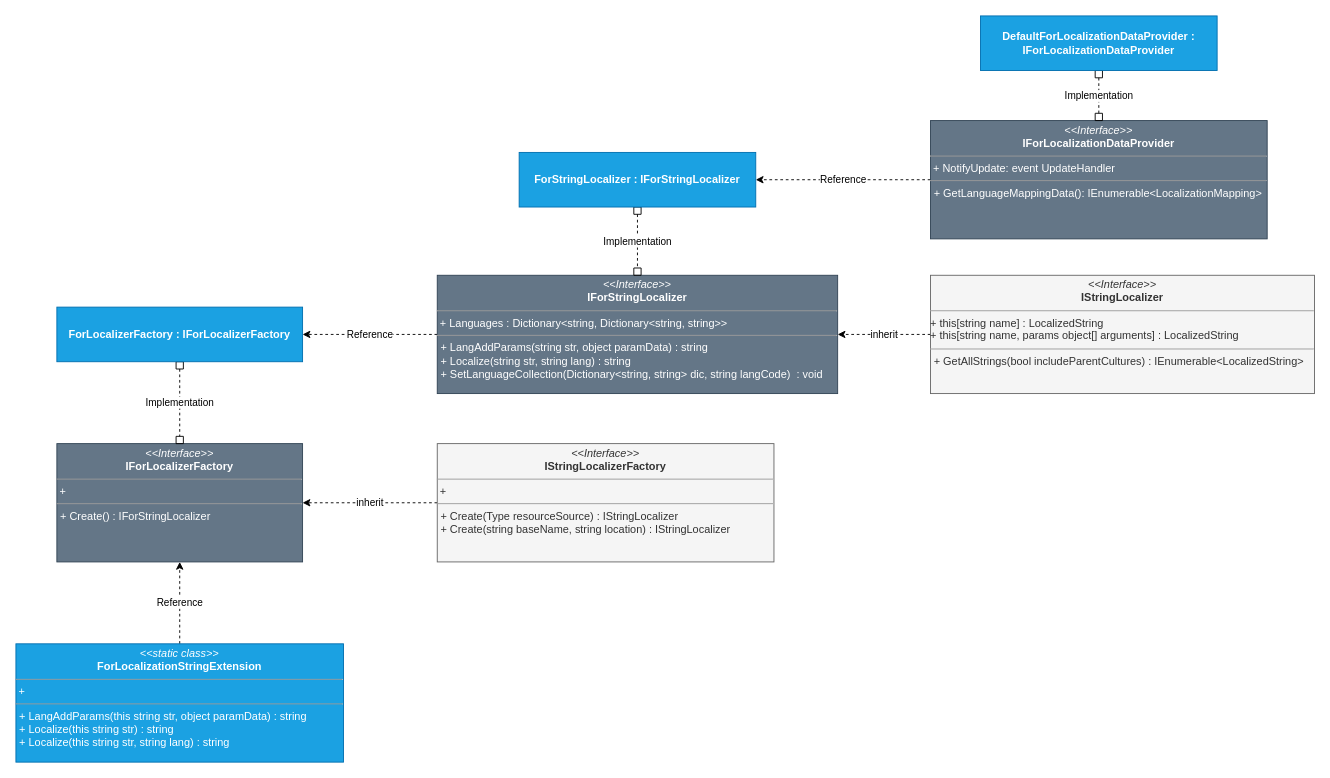
Ricky0708/iCat.Libraries keeps this draw.io diagram as iCat.Localization/diagram/iCat.Localization.drawio. Above is the earlier version. Source tidied: cells renumbered, new cells numbered last; positions are measured from the earlier drawing's top-left corner, leaving out a move shared by most shapes. Both pictures are drawn from the tidied source at 91%, with x=0, y=0 at pixel (15, 15).
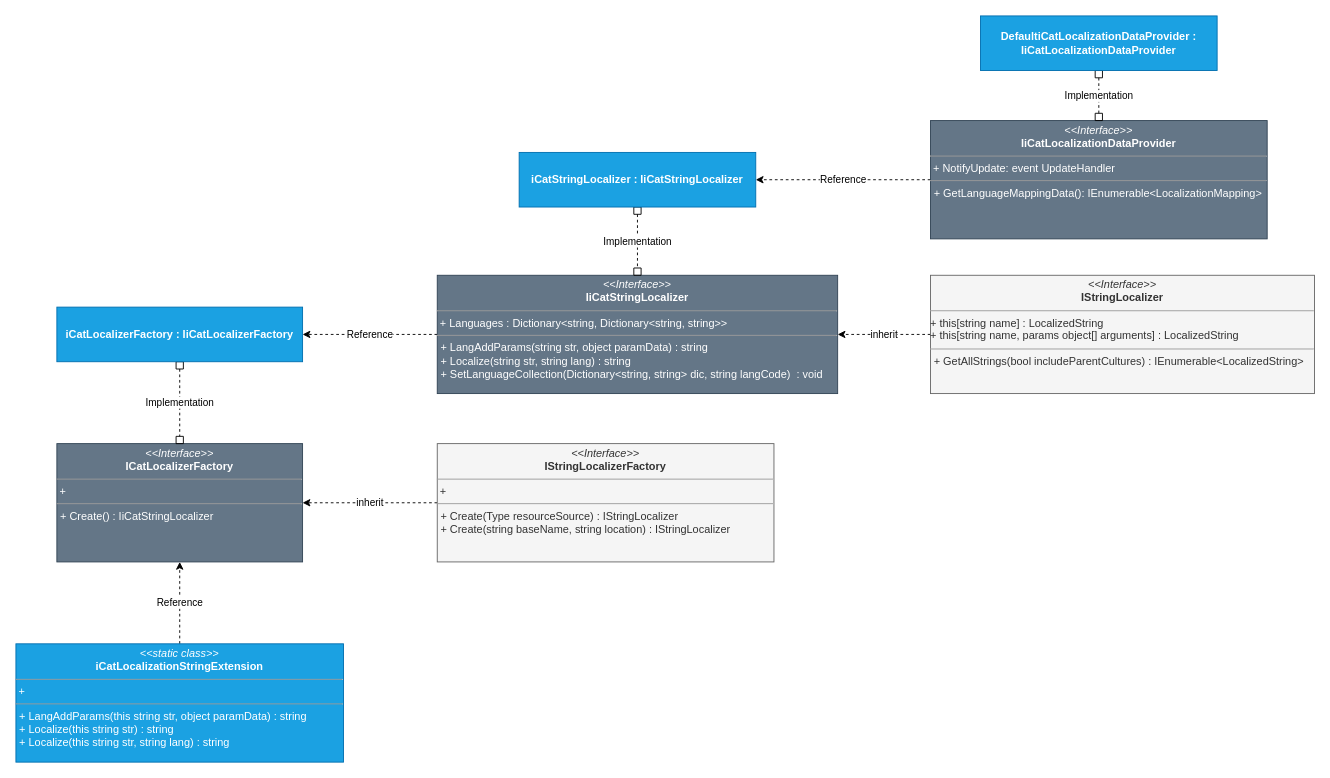
After the change.

What changed in the source:
```diff
@@
 <mxGraphModel>
   <root>
     <mxCell id="0" />
     <mxCell id="1" parent="0" />
-    <mxCell id="2" value="&lt;p style=&quot;margin:0px;margin-top:4px;text-align:center;&quot;&gt;&lt;i&gt;&amp;lt;&amp;lt;Interface&amp;gt;&amp;gt;&lt;/i&gt;&lt;br&gt;&lt;b&gt;IForLocalizerFactory&lt;/b&gt;&lt;br&gt;&lt;/p&gt;&lt;hr size=&quot;1&quot;&gt;&lt;p style=&quot;margin:0px;margin-left:4px;&quot;&gt;&lt;/p&gt;&amp;nbsp;+&amp;nbsp;&lt;hr size=&quot;1&quot;&gt;&lt;p style=&quot;margin:0px;margin-left:4px;&quot;&gt;+&amp;nbsp;Create() : IForStringLocalizer&lt;/p&gt;" style="verticalAlign=top;align=left;overflow=fill;fontSize=12;fontFamily=Helvetica;html=1;fillColor=#647687;strokeColor=#314354;fontColor=#ffffff;" parent="1" vertex="1">
+    <mxCell id="2" value="&lt;p style=&quot;margin:0px;margin-top:4px;text-align:center;&quot;&gt;&lt;i&gt;&amp;lt;&amp;lt;Interface&amp;gt;&amp;gt;&lt;/i&gt;&lt;br&gt;&lt;b&gt;ICatLocalizerFactory&lt;/b&gt;&lt;br&gt;&lt;/p&gt;&lt;hr size=&quot;1&quot;&gt;&lt;p style=&quot;margin:0px;margin-left:4px;&quot;&gt;&lt;/p&gt;&amp;nbsp;+&amp;nbsp;&lt;hr size=&quot;1&quot;&gt;&lt;p style=&quot;margin:0px;margin-left:4px;&quot;&gt;+&amp;nbsp;Create() : IiCatStringLocalizer&lt;/p&gt;" style="verticalAlign=top;align=left;overflow=fill;fontSize=12;fontFamily=Helvetica;html=1;fillColor=#647687;strokeColor=#314354;fontColor=#ffffff;" parent="1" vertex="1">
       <mxGeometry x="45" y="470" width="270" height="130" as="geometry" />
     </mxCell>
     <mxCell id="3" value="inherit" style="edgeStyle=none;html=1;entryX=1;entryY=0.5;entryDx=0;entryDy=0;dashed=1;" parent="1" edge="1" source="4" target="2">
       <mxGeometry relative="1" as="geometry" />
     </mxCell>
     <mxCell id="4" value="&lt;p style=&quot;margin:0px;margin-top:4px;text-align:center;&quot;&gt;&lt;i&gt;&amp;lt;&amp;lt;Interface&amp;gt;&amp;gt;&lt;/i&gt;&lt;br&gt;&lt;b&gt;IStringLocalizerFactory&lt;/b&gt;&lt;br&gt;&lt;/p&gt;&lt;hr size=&quot;1&quot;&gt;&lt;p style=&quot;margin:0px;margin-left:4px;&quot;&gt;&lt;/p&gt;&amp;nbsp;+&amp;nbsp;&lt;hr size=&quot;1&quot;&gt;&lt;p style=&quot;margin:0px;margin-left:4px;&quot;&gt;+&amp;nbsp;Create(Type resourceSource) :&amp;nbsp;IStringLocalizer&lt;/p&gt;&lt;p style=&quot;margin:0px;margin-left:4px;&quot;&gt;+&amp;nbsp;Create(string baseName, string location) :&amp;nbsp;IStringLocalizer&lt;/p&gt;" style="verticalAlign=top;align=left;overflow=fill;fontSize=12;fontFamily=Helvetica;html=1;fillColor=#f5f5f5;strokeColor=#666666;fontColor=#333333;" parent="1" vertex="1">
       <mxGeometry x="463" y="470" width="370" height="130" as="geometry" />
     </mxCell>
     <mxCell id="5" value="Reference" style="edgeStyle=none;html=1;entryX=1;entryY=0.5;entryDx=0;entryDy=0;dashed=1;startArrow=none;startFill=0;endArrow=classic;endFill=1;" parent="1" edge="1" source="6" target="16">
       <mxGeometry relative="1" as="geometry" />
     </mxCell>
-    <mxCell id="6" value="&lt;p style=&quot;margin:0px;margin-top:4px;text-align:center;&quot;&gt;&lt;i&gt;&amp;lt;&amp;lt;Interface&amp;gt;&amp;gt;&lt;/i&gt;&lt;br&gt;&lt;b&gt;IForLocalizationDataProvider&lt;/b&gt;&lt;br&gt;&lt;/p&gt;&lt;hr size=&quot;1&quot;&gt;&lt;p style=&quot;margin:0px;margin-left:4px;&quot;&gt;&lt;/p&gt;&amp;nbsp;+&amp;nbsp;NotifyUpdate: event UpdateHandler&lt;hr size=&quot;1&quot;&gt;&lt;p style=&quot;margin:0px;margin-left:4px;&quot;&gt;+&amp;nbsp;GetLanguageMappingData():&amp;nbsp;IEnumerable&amp;lt;LocalizationMapping&amp;gt;&lt;/p&gt;" style="verticalAlign=top;align=left;overflow=fill;fontSize=12;fontFamily=Helvetica;html=1;fillColor=#647687;strokeColor=#314354;fontColor=#ffffff;" parent="1" vertex="1">
+    <mxCell id="6" value="&lt;p style=&quot;margin:0px;margin-top:4px;text-align:center;&quot;&gt;&lt;i&gt;&amp;lt;&amp;lt;Interface&amp;gt;&amp;gt;&lt;/i&gt;&lt;br&gt;&lt;b&gt;IiCatLocalizationDataProvider&lt;/b&gt;&lt;br&gt;&lt;/p&gt;&lt;hr size=&quot;1&quot;&gt;&lt;p style=&quot;margin:0px;margin-left:4px;&quot;&gt;&lt;/p&gt;&amp;nbsp;+&amp;nbsp;NotifyUpdate: event UpdateHandler&lt;hr size=&quot;1&quot;&gt;&lt;p style=&quot;margin:0px;margin-left:4px;&quot;&gt;+&amp;nbsp;GetLanguageMappingData():&amp;nbsp;IEnumerable&amp;lt;LocalizationMapping&amp;gt;&lt;/p&gt;" style="verticalAlign=top;align=left;overflow=fill;fontSize=12;fontFamily=Helvetica;html=1;fillColor=#647687;strokeColor=#314354;fontColor=#ffffff;" parent="1" vertex="1">
       <mxGeometry x="1005" y="115" width="370" height="130" as="geometry" />
     </mxCell>
     <mxCell id="7" value="Implementation" style="edgeStyle=none;html=1;entryX=0.5;entryY=0;entryDx=0;entryDy=0;dashed=1;exitX=0.5;exitY=1;exitDx=0;exitDy=0;endArrow=box;endFill=0;startArrow=box;startFill=0;" parent="1" edge="1" source="9" target="2">
       <mxGeometry relative="1" as="geometry" />
     </mxCell>
     <mxCell id="8" value="Implementation" style="edgeStyle=none;html=1;entryX=0.5;entryY=0;entryDx=0;entryDy=0;dashed=1;exitX=0.5;exitY=1;exitDx=0;exitDy=0;startArrow=box;startFill=0;endArrow=box;endFill=0;" parent="1" edge="1" source="10" target="6">
       <mxGeometry relative="1" as="geometry" />
     </mxCell>
-    <mxCell id="9" value="&lt;span style=&quot;color: rgb(255, 255, 255); font-weight: 700;&quot;&gt;ForLocalizerFactory :&amp;nbsp;&lt;/span&gt;&lt;span style=&quot;font-weight: 700;&quot;&gt;IForLocalizerFactory&lt;/span&gt;" style="rounded=0;whiteSpace=wrap;html=1;fillColor=#1ba1e2;strokeColor=#006EAF;fontColor=#ffffff;" parent="1" vertex="1">
+    <mxCell id="9" value="&lt;span style=&quot;color: rgb(255, 255, 255); font-weight: 700;&quot;&gt;iCatLocalizerFactory :&amp;nbsp;&lt;/span&gt;&lt;span style=&quot;font-weight: 700;&quot;&gt;IiCatLocalizerFactory&lt;/span&gt;" style="rounded=0;whiteSpace=wrap;html=1;fillColor=#1ba1e2;strokeColor=#006EAF;fontColor=#ffffff;" parent="1" vertex="1">
       <mxGeometry x="45" y="320" width="270" height="60" as="geometry" />
     </mxCell>
-    <mxCell id="10" value="&lt;span style=&quot;font-weight: 700;&quot;&gt;DefaultForLocalizationDataProvider : IForLocalizationDataProvider&lt;/span&gt;" style="rounded=0;whiteSpace=wrap;html=1;fillColor=#1ba1e2;fontColor=#ffffff;strokeColor=#006EAF;" parent="1" vertex="1">
+    <mxCell id="10" value="&lt;span style=&quot;font-weight: 700;&quot;&gt;DefaultiCatLocalizationDataProvider : IiCatLocalizationDataProvider&lt;/span&gt;" style="rounded=0;whiteSpace=wrap;html=1;fillColor=#1ba1e2;fontColor=#ffffff;strokeColor=#006EAF;" parent="1" vertex="1">
       <mxGeometry x="1060" width="260" height="60" as="geometry" />
     </mxCell>
     <mxCell id="11" value="Reference" style="edgeStyle=none;html=1;entryX=1;entryY=0.5;entryDx=0;entryDy=0;dashed=1;startArrow=none;startFill=0;endArrow=classic;endFill=1;" parent="1" edge="1" source="12" target="9">
       <mxGeometry relative="1" as="geometry" />
     </mxCell>
-    <mxCell id="12" value="&lt;p style=&quot;margin:0px;margin-top:4px;text-align:center;&quot;&gt;&lt;i&gt;&amp;lt;&amp;lt;Interface&amp;gt;&amp;gt;&lt;/i&gt;&lt;br&gt;&lt;b&gt;IForStringLocalizer&lt;/b&gt;&lt;br&gt;&lt;/p&gt;&lt;hr size=&quot;1&quot;&gt;&lt;p style=&quot;margin:0px;margin-left:4px;&quot;&gt;&lt;/p&gt;&amp;nbsp;+&amp;nbsp;Languages :&amp;nbsp;Dictionary&amp;lt;string, Dictionary&amp;lt;string, string&amp;gt;&amp;gt;&lt;hr size=&quot;1&quot;&gt;&lt;p style=&quot;margin:0px;margin-left:4px;&quot;&gt;+&amp;nbsp;LangAddParams(string str, object paramData) : string&lt;/p&gt;&lt;p style=&quot;margin:0px;margin-left:4px;&quot;&gt;+&amp;nbsp;Localize(string str, string lang) : string&lt;/p&gt;&lt;p style=&quot;margin:0px;margin-left:4px;&quot;&gt;+&amp;nbsp;SetLanguageCollection(Dictionary&amp;lt;string, string&amp;gt; dic, string langCode)&amp;nbsp; : void&lt;/p&gt;" style="verticalAlign=top;align=left;overflow=fill;fontSize=12;fontFamily=Helvetica;html=1;fillColor=#647687;strokeColor=#314354;fontColor=#ffffff;" parent="1" vertex="1">
+    <mxCell id="12" value="&lt;p style=&quot;margin:0px;margin-top:4px;text-align:center;&quot;&gt;&lt;i&gt;&amp;lt;&amp;lt;Interface&amp;gt;&amp;gt;&lt;/i&gt;&lt;br&gt;&lt;b&gt;IiCatStringLocalizer&lt;/b&gt;&lt;br&gt;&lt;/p&gt;&lt;hr size=&quot;1&quot;&gt;&lt;p style=&quot;margin:0px;margin-left:4px;&quot;&gt;&lt;/p&gt;&amp;nbsp;+&amp;nbsp;Languages :&amp;nbsp;Dictionary&amp;lt;string, Dictionary&amp;lt;string, string&amp;gt;&amp;gt;&lt;hr size=&quot;1&quot;&gt;&lt;p style=&quot;margin:0px;margin-left:4px;&quot;&gt;+&amp;nbsp;LangAddParams(string str, object paramData) : string&lt;/p&gt;&lt;p style=&quot;margin:0px;margin-left:4px;&quot;&gt;+&amp;nbsp;Localize(string str, string lang) : string&lt;/p&gt;&lt;p style=&quot;margin:0px;margin-left:4px;&quot;&gt;+&amp;nbsp;SetLanguageCollection(Dictionary&amp;lt;string, string&amp;gt; dic, string langCode)&amp;nbsp; : void&lt;/p&gt;" style="verticalAlign=top;align=left;overflow=fill;fontSize=12;fontFamily=Helvetica;html=1;fillColor=#647687;strokeColor=#314354;fontColor=#ffffff;" parent="1" vertex="1">
       <mxGeometry x="463" y="285" width="440" height="130" as="geometry" />
     </mxCell>
     <mxCell id="13" value="inherit" style="edgeStyle=none;html=1;entryX=1;entryY=0.5;entryDx=0;entryDy=0;dashed=1;" parent="1" edge="1" source="14" target="12">
       <mxGeometry relative="1" as="geometry" />
     </mxCell>
     <mxCell id="14" value="&lt;p style=&quot;margin:0px;margin-top:4px;text-align:center;&quot;&gt;&lt;i&gt;&amp;lt;&amp;lt;Interface&amp;gt;&amp;gt;&lt;/i&gt;&lt;br&gt;&lt;b&gt;IStringLocalizer&lt;/b&gt;&lt;br&gt;&lt;/p&gt;&lt;hr size=&quot;1&quot;&gt;&lt;p style=&quot;margin:0px;margin-left:4px;&quot;&gt;&lt;/p&gt;+ this[string name] :&amp;nbsp;LocalizedString&lt;br&gt;+&amp;nbsp;this[string name, params object[] arguments] :&amp;nbsp;LocalizedString&lt;br&gt;&lt;hr size=&quot;1&quot;&gt;&lt;p style=&quot;margin:0px;margin-left:4px;&quot;&gt;+&amp;nbsp;GetAllStrings(bool includeParentCultures) :&amp;nbsp;IEnumerable&amp;lt;LocalizedString&amp;gt;&lt;/p&gt;&lt;p style=&quot;margin:0px;margin-left:4px;&quot;&gt;&lt;br&gt;&lt;/p&gt;" style="verticalAlign=top;align=left;overflow=fill;fontSize=12;fontFamily=Helvetica;html=1;fillColor=#f5f5f5;strokeColor=#666666;fontColor=#333333;" parent="1" vertex="1">
       <mxGeometry x="1005" y="285" width="422" height="130" as="geometry" />
     </mxCell>
     <mxCell id="15" value="Implementation" style="edgeStyle=none;html=1;entryX=0.5;entryY=0;entryDx=0;entryDy=0;dashed=1;startArrow=box;startFill=0;endArrow=box;endFill=0;" parent="1" edge="1" source="16" target="12">
       <mxGeometry relative="1" as="geometry" />
     </mxCell>
-    <mxCell id="16" value="&lt;b&gt;ForStringLocalizer :&amp;nbsp;IForStringLocalizer&lt;/b&gt;" style="rounded=0;whiteSpace=wrap;html=1;fillColor=#1ba1e2;fontColor=#ffffff;strokeColor=#006EAF;" parent="1" vertex="1">
+    <mxCell id="16" value="&lt;b&gt;iCatStringLocalizer :&amp;nbsp;IiCatStringLocalizer&lt;/b&gt;" style="rounded=0;whiteSpace=wrap;html=1;fillColor=#1ba1e2;fontColor=#ffffff;strokeColor=#006EAF;" parent="1" vertex="1">
       <mxGeometry x="553" y="150" width="260" height="60" as="geometry" />
     </mxCell>
     <mxCell id="17" value="Reference" style="edgeStyle=none;html=1;entryX=0.5;entryY=1;entryDx=0;entryDy=0;dashed=1;startArrow=none;startFill=0;endArrow=classic;endFill=1;exitX=0.5;exitY=0;exitDx=0;exitDy=0;" parent="1" edge="1" source="18" target="2">
       <mxGeometry relative="1" as="geometry" />
     </mxCell>
-    <mxCell id="18" value="&lt;p style=&quot;margin:0px;margin-top:4px;text-align:center;&quot;&gt;&lt;i&gt;&amp;lt;&amp;lt;static class&amp;gt;&amp;gt;&lt;/i&gt;&lt;br&gt;&lt;b style=&quot;&quot;&gt;ForLocalizationStringExtension&lt;/b&gt;&lt;br&gt;&lt;/p&gt;&lt;hr size=&quot;1&quot;&gt;&lt;p style=&quot;margin:0px;margin-left:4px;&quot;&gt;&lt;/p&gt;&amp;nbsp;+&amp;nbsp;&lt;hr size=&quot;1&quot;&gt;&lt;p style=&quot;margin:0px;margin-left:4px;&quot;&gt;+&amp;nbsp;LangAddParams(this string str, object paramData) : string&lt;/p&gt;&lt;p style=&quot;margin:0px;margin-left:4px;&quot;&gt;+&amp;nbsp;Localize(this string str) : string&lt;/p&gt;&lt;p style=&quot;margin:0px;margin-left:4px;&quot;&gt;+&amp;nbsp;Localize(this string str, string lang) : string&lt;/p&gt;" style="verticalAlign=top;align=left;overflow=fill;fontSize=12;fontFamily=Helvetica;html=1;fillColor=#1ba1e2;strokeColor=#006EAF;fontColor=#ffffff;" parent="1" vertex="1">
+    <mxCell id="18" value="&lt;p style=&quot;margin:0px;margin-top:4px;text-align:center;&quot;&gt;&lt;i&gt;&amp;lt;&amp;lt;static class&amp;gt;&amp;gt;&lt;/i&gt;&lt;br&gt;&lt;b style=&quot;&quot;&gt;iCatLocalizationStringExtension&lt;/b&gt;&lt;br&gt;&lt;/p&gt;&lt;hr size=&quot;1&quot;&gt;&lt;p style=&quot;margin:0px;margin-left:4px;&quot;&gt;&lt;/p&gt;&amp;nbsp;+&amp;nbsp;&lt;hr size=&quot;1&quot;&gt;&lt;p style=&quot;margin:0px;margin-left:4px;&quot;&gt;+&amp;nbsp;LangAddParams(this string str, object paramData) : string&lt;/p&gt;&lt;p style=&quot;margin:0px;margin-left:4px;&quot;&gt;+&amp;nbsp;Localize(this string str) : string&lt;/p&gt;&lt;p style=&quot;margin:0px;margin-left:4px;&quot;&gt;+&amp;nbsp;Localize(this string str, string lang) : string&lt;/p&gt;" style="verticalAlign=top;align=left;overflow=fill;fontSize=12;fontFamily=Helvetica;html=1;fillColor=#1ba1e2;strokeColor=#006EAF;fontColor=#ffffff;" parent="1" vertex="1">
       <mxGeometry y="690" width="360" height="130" as="geometry" />
     </mxCell>
   </root>
 </mxGraphModel>
```
